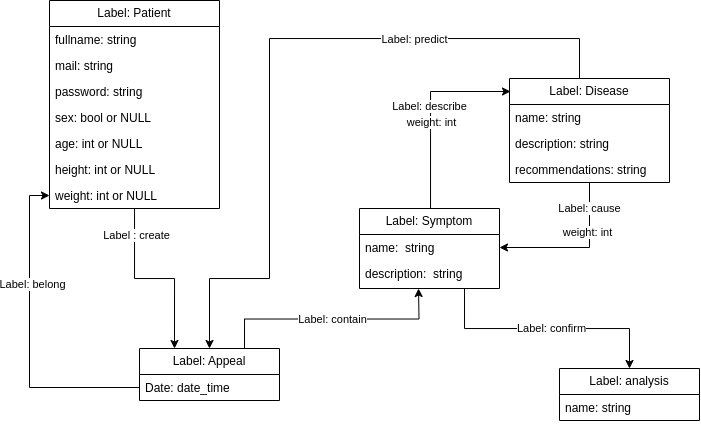
Above: assets/er_nosql.png in moevm/nosql2h24-diseases (draw.io), before the change. Source tidied: cells renumbered, new cells last; positions are measured from the earlier drawing's top-left corner, leaving out a move shared by most shapes. Its diagram source:
```xml
<mxGraphModel>
  <root>
    <mxCell id="0" />
    <mxCell id="1" parent="0" />
    <mxCell id="2" style="edgeStyle=orthogonalEdgeStyle;rounded=0;jettySize=auto;html=1;entryX=0.25;entryY=0;entryDx=0;entryDy=0;" parent="1" edge="1" source="4" target="12">
      <mxGeometry relative="1" as="geometry" />
    </mxCell>
    <mxCell id="3" value="Label : create" style="edgeLabel;html=1;align=center;verticalAlign=middle;" parent="2" vertex="1">
      <mxGeometry x="-0.7" y="2" relative="1" as="geometry" />
    </mxCell>
    <mxCell id="4" value="Label: Patient" style="swimlane;fontStyle=0;horizontal=1;startSize=26;fillColor=none;whiteSpace=wrap;html=1;" parent="1" vertex="1">
      <mxGeometry width="170" height="208" as="geometry" />
    </mxCell>
    <mxCell id="5" value="fullname: string" style="text;strokeColor=none;fillColor=none;align=left;verticalAlign=top;spacingLeft=4;spacingRight=4;overflow=hidden;whiteSpace=wrap;html=1;" parent="4" vertex="1">
      <mxGeometry y="26" width="170" height="26" as="geometry" />
    </mxCell>
    <mxCell id="6" value="mail: string" style="text;strokeColor=none;fillColor=none;align=left;verticalAlign=top;spacingLeft=4;spacingRight=4;overflow=hidden;whiteSpace=wrap;html=1;" parent="4" vertex="1">
      <mxGeometry y="52" width="170" height="26" as="geometry" />
    </mxCell>
    <mxCell id="7" value="password: string" style="text;strokeColor=none;fillColor=none;align=left;verticalAlign=top;spacingLeft=4;spacingRight=4;overflow=hidden;whiteSpace=wrap;html=1;" parent="4" vertex="1">
      <mxGeometry y="78" width="170" height="26" as="geometry" />
    </mxCell>
    <mxCell id="8" value="sex: bool or NULL&lt;span style=&quot;color: rgba(0, 0, 0, 0); font-family: monospace; font-size: 0px; text-wrap: nowrap;&quot;&gt;%3CmxGraphModel%3E%3Croot%3E%3CmxCell%20id%3D%220%22%2F%3E%3CmxCell%20id%3D%221%22%20parent%3D%220%22%2F%3E%3CmxCell%20id%3D%222%22%20value%3D%22%D0%9F%D0%B0%D1%80%D0%BE%D0%BB%D1%8C%3A%20string%22%20style%3D%22text%3BstrokeColor%3Dnone%3BfillColor%3Dnone%3Balign%3Dleft%3BverticalAlign%3Dtop%3BspacingLeft%3D4%3BspacingRight%3D4%3Boverflow%3Dhidden%3Brotatable%3D0%3Bpoints%3D%5B%5B0%2C0.5%5D%2C%5B1%2C0.5%5D%5D%3BportConstraint%3Deastwest%3BwhiteSpace%3Dwrap%3Bhtml%3D1%3B%22%20vertex%3D%221%22%20parent%3D%221%22%3E%3CmxGeometry%20x%3D%22260%22%20y%3D%22458%22%20width%3D%22170%22%20height%3D%2226%22%20as%3D%22geometry%22%2F%3E%3C%2FmxCell%3E%3C%2Froot%3E%3C%2FmxGraphModel%3E or NULL or&lt;/span&gt;" style="text;strokeColor=none;fillColor=none;align=left;verticalAlign=top;spacingLeft=4;spacingRight=4;overflow=hidden;whiteSpace=wrap;html=1;" parent="4" vertex="1">
      <mxGeometry y="104" width="170" height="26" as="geometry" />
    </mxCell>
    <mxCell id="9" value="age: int or NULL&lt;span style=&quot;color: rgba(0, 0, 0, 0); font-family: monospace; font-size: 0px; text-wrap: nowrap;&quot;&gt;%3CmxGraphModel%3E%3Croot%3E%3CmxCell%20id%3D%220%22%2F%3E%3CmxCell%20id%3D%221%22%20parent%3D%220%22%2F%3E%3CmxCell%20id%3D%222%22%20value%3D%22%D0%AD%D0%BB%D0%B5%D0%BA%D1%82%D1%80%D0%BE%D0%BD%D0%BD%D0%B0%D1%8F%20%D0%BF%D0%BE%D1%87%D1%82%D0%B0%3A%20string%22%20style%3D%22text%3BstrokeColor%3Dnone%3BfillColor%3Dnone%3Balign%3Dleft%3BverticalAlign%3Dtop%3BspacingLeft%3D4%3BspacingRight%3D4%3Boverflow%3Dhidden%3Brotatable%3D0%3Bpoints%3D%5B%5B0%2C0.5%5D%2C%5B1%2C0.5%5D%5D%3BportConstraint%3Deastwest%3BwhiteSpace%3Dwrap%3Bhtml%3D1%3B%22%20vertex%3D%221%22%20parent%3D%221%22%3E%3CmxGeometry%20x%3D%22260%22%20y%3D%22432%22%20width%3D%22170%22%20height%3D%2226%22%20as%3D%22geometry%22%2F%3E%3C%2FmxCell%3E%3C%2Froot%3E%3C%2FmxGraphModel%3E or&amp;nbsp; or or&amp;nbsp;&lt;/span&gt;" style="text;strokeColor=none;fillColor=none;align=left;verticalAlign=top;spacingLeft=4;spacingRight=4;overflow=hidden;whiteSpace=wrap;html=1;" parent="4" vertex="1">
      <mxGeometry y="130" width="170" height="26" as="geometry" />
    </mxCell>
    <mxCell id="10" value="height: int or NULL" style="text;strokeColor=none;fillColor=none;align=left;verticalAlign=top;spacingLeft=4;spacingRight=4;overflow=hidden;whiteSpace=wrap;html=1;" parent="4" vertex="1">
      <mxGeometry y="156" width="170" height="26" as="geometry" />
    </mxCell>
    <mxCell id="11" value="weight: int or NULL" style="text;strokeColor=none;fillColor=none;align=left;verticalAlign=top;spacingLeft=4;spacingRight=4;overflow=hidden;points=[[0,0.5],[1,0.5]];portConstraint=eastwest;whiteSpace=wrap;html=1;" parent="4" vertex="1">
      <mxGeometry y="182" width="170" height="26" as="geometry" />
    </mxCell>
    <mxCell id="12" value="Label: Appeal" style="swimlane;fontStyle=0;horizontal=1;startSize=26;fillColor=none;whiteSpace=wrap;html=1;" parent="1" vertex="1">
      <mxGeometry x="90" y="348" width="140" height="52" as="geometry" />
    </mxCell>
    <mxCell id="13" value="Date: date_time" style="text;strokeColor=none;fillColor=none;align=left;verticalAlign=top;spacingLeft=4;spacingRight=4;overflow=hidden;points=[[0,0.5],[1,0.5]];portConstraint=eastwest;whiteSpace=wrap;html=1;" parent="12" vertex="1">
      <mxGeometry y="26" width="140" height="26" as="geometry" />
    </mxCell>
    <mxCell id="14" style="edgeStyle=orthogonalEdgeStyle;rounded=0;jettySize=auto;html=1;entryX=0;entryY=0.25;entryDx=0;entryDy=0;exitX=0.5;exitY=0;exitDx=0;exitDy=0;" parent="1" edge="1" source="19">
      <mxGeometry relative="1" as="geometry">
        <mxPoint x="461" y="91" as="targetPoint" />
        <Array as="points">
          <mxPoint x="381" y="208" />
          <mxPoint x="381" y="91" />
        </Array>
      </mxGeometry>
    </mxCell>
    <mxCell id="15" value="Label: describe" style="edgeLabel;html=1;align=center;verticalAlign=middle;" parent="14" vertex="1">
      <mxGeometry x="-0.2" y="1" relative="1" as="geometry">
        <mxPoint y="-24" as="offset" />
      </mxGeometry>
    </mxCell>
    <mxCell id="16" value="weight: int" style="edgeLabel;html=1;align=center;verticalAlign=middle;" parent="14" vertex="1">
      <mxGeometry x="-0.36" y="-1" relative="1" as="geometry">
        <mxPoint y="-25" as="offset" />
      </mxGeometry>
    </mxCell>
    <mxCell id="17" style="edgeStyle=orthogonalEdgeStyle;rounded=0;jettySize=auto;html=1;exitX=0.75;exitY=1;exitDx=0;exitDy=0;entryX=0.5;entryY=0;entryDx=0;entryDy=0;" parent="1" edge="1" source="19" target="31">
      <mxGeometry relative="1" as="geometry" />
    </mxCell>
    <mxCell id="18" value="Label: confirm" style="edgeLabel;html=1;align=center;verticalAlign=middle;" parent="17" vertex="1">
      <mxGeometry x="-0.07" relative="1" as="geometry">
        <mxPoint x="13" as="offset" />
      </mxGeometry>
    </mxCell>
    <mxCell id="19" value="Label: Symptom" style="swimlane;fontStyle=0;horizontal=1;startSize=26;fillColor=none;whiteSpace=wrap;html=1;" parent="1" vertex="1">
      <mxGeometry x="310" y="208" width="140" height="80" as="geometry" />
    </mxCell>
    <mxCell id="20" value="name:&amp;nbsp; string&amp;nbsp;" style="text;strokeColor=none;fillColor=none;align=left;verticalAlign=top;spacingLeft=4;spacingRight=4;overflow=hidden;points=[[0,0.5],[1,0.5]];portConstraint=eastwest;whiteSpace=wrap;html=1;" parent="19" vertex="1">
      <mxGeometry y="26" width="140" height="26" as="geometry" />
    </mxCell>
    <mxCell id="21" value="description:&amp;nbsp; string&amp;nbsp;" style="text;strokeColor=none;fillColor=none;align=left;verticalAlign=top;spacingLeft=4;spacingRight=4;overflow=hidden;whiteSpace=wrap;html=1;" parent="19" vertex="1">
      <mxGeometry y="52" width="140" height="28" as="geometry" />
    </mxCell>
    <mxCell id="22" style="edgeStyle=orthogonalEdgeStyle;rounded=0;jettySize=auto;html=1;entryX=1;entryY=0.5;entryDx=0;entryDy=0;" parent="1" edge="1" source="27" target="20">
      <mxGeometry relative="1" as="geometry" />
    </mxCell>
    <mxCell id="23" value="Label: cause" style="edgeLabel;html=1;align=center;verticalAlign=middle;" parent="22" vertex="1">
      <mxGeometry x="-0.43" y="-1" relative="1" as="geometry">
        <mxPoint x="1" y="-18" as="offset" />
      </mxGeometry>
    </mxCell>
    <mxCell id="24" value="weight: int" style="edgeLabel;html=1;align=center;verticalAlign=middle;" parent="22" vertex="1">
      <mxGeometry x="-0.33" y="-2" relative="1" as="geometry">
        <mxPoint y="-2" as="offset" />
      </mxGeometry>
    </mxCell>
    <mxCell id="25" style="edgeStyle=orthogonalEdgeStyle;rounded=0;jettySize=auto;html=1;entryX=0.5;entryY=0;entryDx=0;entryDy=0;" parent="1" edge="1" source="27" target="12">
      <mxGeometry relative="1" as="geometry">
        <Array as="points">
          <mxPoint x="530" y="38" />
          <mxPoint x="220" y="38" />
          <mxPoint x="220" y="278" />
          <mxPoint x="160" y="278" />
        </Array>
      </mxGeometry>
    </mxCell>
    <mxCell id="26" value="Label: predict" style="edgeLabel;html=1;align=center;verticalAlign=middle;" parent="25" vertex="1">
      <mxGeometry x="-0.43" y="1" relative="1" as="geometry" />
    </mxCell>
    <mxCell id="27" value="Label: Disease" style="swimlane;fontStyle=0;horizontal=1;startSize=26;fillColor=none;whiteSpace=wrap;html=1;" parent="1" vertex="1">
      <mxGeometry x="460" y="78" width="160" height="104" as="geometry" />
    </mxCell>
    <mxCell id="28" value="name: string" style="text;strokeColor=none;fillColor=none;align=left;verticalAlign=top;spacingLeft=4;spacingRight=4;overflow=hidden;whiteSpace=wrap;html=1;" parent="27" vertex="1">
      <mxGeometry y="26" width="160" height="26" as="geometry" />
    </mxCell>
    <mxCell id="29" value="description: string" style="text;strokeColor=none;fillColor=none;align=left;verticalAlign=top;spacingLeft=4;spacingRight=4;overflow=hidden;whiteSpace=wrap;html=1;" parent="27" vertex="1">
      <mxGeometry y="52" width="160" height="26" as="geometry" />
    </mxCell>
    <mxCell id="30" value="recommendations: string" style="text;strokeColor=none;fillColor=none;align=left;verticalAlign=top;spacingLeft=4;spacingRight=4;overflow=hidden;whiteSpace=wrap;html=1;" parent="27" vertex="1">
      <mxGeometry y="78" width="160" height="26" as="geometry" />
    </mxCell>
    <mxCell id="31" value="Label: analysis" style="swimlane;fontStyle=0;horizontal=1;startSize=26;fillColor=none;whiteSpace=wrap;html=1;" parent="1" vertex="1">
      <mxGeometry x="510" y="368" width="140" height="52" as="geometry" />
    </mxCell>
    <mxCell id="32" value="name: string" style="text;strokeColor=none;fillColor=none;align=left;verticalAlign=top;spacingLeft=4;spacingRight=4;overflow=hidden;whiteSpace=wrap;html=1;" parent="31" vertex="1">
      <mxGeometry y="26" width="140" height="26" as="geometry" />
    </mxCell>
    <mxCell id="33" value="Label: contain" style="edgeStyle=orthogonalEdgeStyle;rounded=0;jettySize=auto;html=1;exitX=0.75;exitY=0;exitDx=0;exitDy=0;" parent="1" edge="1" source="12">
      <mxGeometry relative="1" as="geometry">
        <mxPoint x="369" y="288" as="targetPoint" />
      </mxGeometry>
    </mxCell>
    <mxCell id="34" style="edgeStyle=orthogonalEdgeStyle;rounded=0;jettySize=auto;html=1;exitX=0;exitY=0.5;exitDx=0;exitDy=0;entryX=0;entryY=0.5;entryDx=0;entryDy=0;" parent="1" edge="1" source="13" target="11">
      <mxGeometry relative="1" as="geometry" />
    </mxCell>
    <mxCell id="35" value="Label: belong" style="edgeLabel;html=1;align=center;verticalAlign=middle;" parent="34" vertex="1">
      <mxGeometry x="0.32" y="-3" relative="1" as="geometry" />
    </mxCell>
  </root>
</mxGraphModel>
```
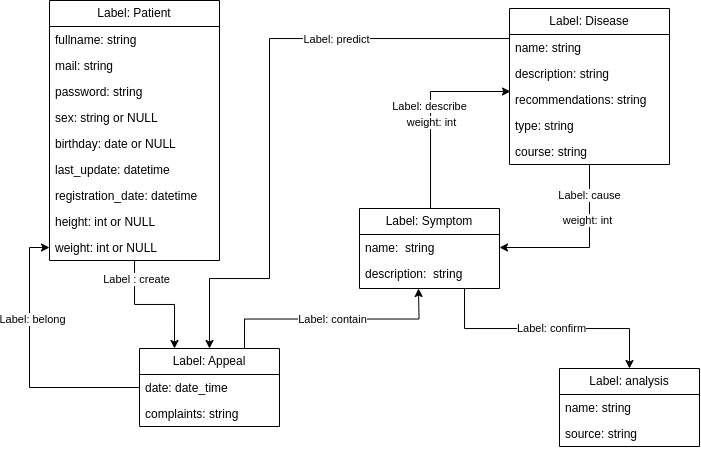
The same file after the commit.

Commit message:
Structure modifications

The edit, as a diff of the source:
```diff
@@ -9,7 +9,7 @@
       <mxGeometry x="-0.7" y="2" relative="1" as="geometry" />
     </mxCell>
     <mxCell id="4" value="Label: Patient" style="swimlane;fontStyle=0;horizontal=1;startSize=26;fillColor=none;whiteSpace=wrap;html=1;" parent="1" vertex="1">
-      <mxGeometry width="170" height="208" as="geometry" />
+      <mxGeometry width="170" height="260" as="geometry" />
     </mxCell>
     <mxCell id="5" value="fullname: string" style="text;strokeColor=none;fillColor=none;align=left;verticalAlign=top;spacingLeft=4;spacingRight=4;overflow=hidden;whiteSpace=wrap;html=1;" parent="4" vertex="1">
       <mxGeometry y="26" width="170" height="26" as="geometry" />
@@ -20,24 +20,33 @@
     <mxCell id="7" value="password: string" style="text;strokeColor=none;fillColor=none;align=left;verticalAlign=top;spacingLeft=4;spacingRight=4;overflow=hidden;whiteSpace=wrap;html=1;" parent="4" vertex="1">
       <mxGeometry y="78" width="170" height="26" as="geometry" />
     </mxCell>
-    <mxCell id="8" value="sex: bool or NULL&lt;span style=&quot;color: rgba(0, 0, 0, 0); font-family: monospace; font-size: 0px; text-wrap: nowrap;&quot;&gt;%3CmxGraphModel%3E%3Croot%3E%3CmxCell%20id%3D%220%22%2F%3E%3CmxCell%20id%3D%221%22%20parent%3D%220%22%2F%3E%3CmxCell%20id%3D%222%22%20value%3D%22%D0%9F%D0%B0%D1%80%D0%BE%D0%BB%D1%8C%3A%20string%22%20style%3D%22text%3BstrokeColor%3Dnone%3BfillColor%3Dnone%3Balign%3Dleft%3BverticalAlign%3Dtop%3BspacingLeft%3D4%3BspacingRight%3D4%3Boverflow%3Dhidden%3Brotatable%3D0%3Bpoints%3D%5B%5B0%2C0.5%5D%2C%5B1%2C0.5%5D%5D%3BportConstraint%3Deastwest%3BwhiteSpace%3Dwrap%3Bhtml%3D1%3B%22%20vertex%3D%221%22%20parent%3D%221%22%3E%3CmxGeometry%20x%3D%22260%22%20y%3D%22458%22%20width%3D%22170%22%20height%3D%2226%22%20as%3D%22geometry%22%2F%3E%3C%2FmxCell%3E%3C%2Froot%3E%3C%2FmxGraphModel%3E or NULL or&lt;/span&gt;" style="text;strokeColor=none;fillColor=none;align=left;verticalAlign=top;spacingLeft=4;spacingRight=4;overflow=hidden;whiteSpace=wrap;html=1;" parent="4" vertex="1">
+    <mxCell id="8" value="sex: string or NULL&lt;span style=&quot;color: rgba(0, 0, 0, 0); font-family: monospace; font-size: 0px; text-wrap: nowrap;&quot;&gt;%3CmxGraphModel%3E%3Croot%3E%3CmxCell%20id%3D%220%22%2F%3E%3CmxCell%20id%3D%221%22%20parent%3D%220%22%2F%3E%3CmxCell%20id%3D%222%22%20value%3D%22%D0%9F%D0%B0%D1%80%D0%BE%D0%BB%D1%8C%3A%20string%22%20style%3D%22text%3BstrokeColor%3Dnone%3BfillColor%3Dnone%3Balign%3Dleft%3BverticalAlign%3Dtop%3BspacingLeft%3D4%3BspacingRight%3D4%3Boverflow%3Dhidden%3Brotatable%3D0%3Bpoints%3D%5B%5B0%2C0.5%5D%2C%5B1%2C0.5%5D%5D%3BportConstraint%3Deastwest%3BwhiteSpace%3Dwrap%3Bhtml%3D1%3B%22%20vertex%3D%221%22%20parent%3D%221%22%3E%3CmxGeometry%20x%3D%22260%22%20y%3D%22458%22%20width%3D%22170%22%20height%3D%2226%22%20as%3D%22geometry%22%2F%3E%3C%2FmxCell%3E%3C%2Froot%3E%3C%2FmxGraphModel%3E or NULL or&lt;/span&gt;" style="text;strokeColor=none;fillColor=none;align=left;verticalAlign=top;spacingLeft=4;spacingRight=4;overflow=hidden;whiteSpace=wrap;html=1;" parent="4" vertex="1">
       <mxGeometry y="104" width="170" height="26" as="geometry" />
     </mxCell>
+    <mxCell id="36" value="birthday: date or NULL" style="text;strokeColor=none;fillColor=none;align=left;verticalAlign=top;spacingLeft=4;spacingRight=4;overflow=hidden;whiteSpace=wrap;html=1;" parent="4" vertex="1">
+      <mxGeometry y="130" width="170" height="26" as="geometry" />
+    </mxCell>
-    <mxCell id="9" value="age: int or NULL&lt;span style=&quot;color: rgba(0, 0, 0, 0); font-family: monospace; font-size: 0px; text-wrap: nowrap;&quot;&gt;%3CmxGraphModel%3E%3Croot%3E%3CmxCell%20id%3D%220%22%2F%3E%3CmxCell%20id%3D%221%22%20parent%3D%220%22%2F%3E%3CmxCell%20id%3D%222%22%20value%3D%22%D0%AD%D0%BB%D0%B5%D0%BA%D1%82%D1%80%D0%BE%D0%BD%D0%BD%D0%B0%D1%8F%20%D0%BF%D0%BE%D1%87%D1%82%D0%B0%3A%20string%22%20style%3D%22text%3BstrokeColor%3Dnone%3BfillColor%3Dnone%3Balign%3Dleft%3BverticalAlign%3Dtop%3BspacingLeft%3D4%3BspacingRight%3D4%3Boverflow%3Dhidden%3Brotatable%3D0%3Bpoints%3D%5B%5B0%2C0.5%5D%2C%5B1%2C0.5%5D%5D%3BportConstraint%3Deastwest%3BwhiteSpace%3Dwrap%3Bhtml%3D1%3B%22%20vertex%3D%221%22%20parent%3D%221%22%3E%3CmxGeometry%20x%3D%22260%22%20y%3D%22432%22%20width%3D%22170%22%20height%3D%2226%22%20as%3D%22geometry%22%2F%3E%3C%2FmxCell%3E%3C%2Froot%3E%3C%2FmxGraphModel%3E or&amp;nbsp; or or&amp;nbsp;&lt;/span&gt;" style="text;strokeColor=none;fillColor=none;align=left;verticalAlign=top;spacingLeft=4;spacingRight=4;overflow=hidden;whiteSpace=wrap;html=1;" parent="4" vertex="1">
-      <mxGeometry y="130" width="170" height="26" as="geometry" />
+    <mxCell id="9" value="last_update: datetime&lt;span style=&quot;color: rgba(0, 0, 0, 0); font-family: monospace; font-size: 0px; text-wrap: nowrap;&quot;&gt;%3CmxGraphModel%3E%3Croot%3E%3CmxCell%20id%3D%220%22%2F%3E%3CmxCell%20id%3D%221%22%20parent%3D%220%22%2F%3E%3CmxCell%20id%3D%222%22%20value%3D%22%D0%AD%D0%BB%D0%B5%D0%BA%D1%82%D1%80%D0%BE%D0%BD%D0%BD%D0%B0%D1%8F%20%D0%BF%D0%BE%D1%87%D1%82%D0%B0%3A%20string%22%20style%3D%22text%3BstrokeColor%3Dnone%3BfillColor%3Dnone%3Balign%3Dleft%3BverticalAlign%3Dtop%3BspacingLeft%3D4%3BspacingRight%3D4%3Boverflow%3Dhidden%3Brotatable%3D0%3Bpoints%3D%5B%5B0%2C0.5%5D%2C%5B1%2C0.5%5D%5D%3BportConstraint%3Deastwest%3BwhiteSpace%3Dwrap%3Bhtml%3D1%3B%22%20vertex%3D%221%22%20parent%3D%221%22%3E%3CmxGeometry%20x%3D%22260%22%20y%3D%22432%22%20width%3D%22170%22%20height%3D%2226%22%20as%3D%22geometry%22%2F%3E%3C%2FmxCell%3E%3C%2Froot%3E%3C%2FmxGraphModel%3E or&amp;nbsp; or or&amp;nbsp;&lt;/span&gt;" style="text;strokeColor=none;fillColor=none;align=left;verticalAlign=top;spacingLeft=4;spacingRight=4;overflow=hidden;whiteSpace=wrap;html=1;" parent="4" vertex="1">
+      <mxGeometry y="156" width="170" height="26" as="geometry" />
     </mxCell>
+    <mxCell id="37" value="registration_date: datetime" style="text;strokeColor=none;fillColor=none;align=left;verticalAlign=top;spacingLeft=4;spacingRight=4;overflow=hidden;whiteSpace=wrap;html=1;" parent="4" vertex="1">
+      <mxGeometry y="182" width="170" height="26" as="geometry" />
+    </mxCell>
     <mxCell id="10" value="height: int or NULL" style="text;strokeColor=none;fillColor=none;align=left;verticalAlign=top;spacingLeft=4;spacingRight=4;overflow=hidden;whiteSpace=wrap;html=1;" parent="4" vertex="1">
-      <mxGeometry y="156" width="170" height="26" as="geometry" />
+      <mxGeometry y="208" width="170" height="26" as="geometry" />
     </mxCell>
     <mxCell id="11" value="weight: int or NULL" style="text;strokeColor=none;fillColor=none;align=left;verticalAlign=top;spacingLeft=4;spacingRight=4;overflow=hidden;points=[[0,0.5],[1,0.5]];portConstraint=eastwest;whiteSpace=wrap;html=1;" parent="4" vertex="1">
-      <mxGeometry y="182" width="170" height="26" as="geometry" />
+      <mxGeometry y="234" width="170" height="26" as="geometry" />
     </mxCell>
     <mxCell id="12" value="Label: Appeal" style="swimlane;fontStyle=0;horizontal=1;startSize=26;fillColor=none;whiteSpace=wrap;html=1;" parent="1" vertex="1">
-      <mxGeometry x="90" y="348" width="140" height="52" as="geometry" />
+      <mxGeometry x="90" y="348" width="140" height="78" as="geometry" />
     </mxCell>
-    <mxCell id="13" value="Date: date_time" style="text;strokeColor=none;fillColor=none;align=left;verticalAlign=top;spacingLeft=4;spacingRight=4;overflow=hidden;points=[[0,0.5],[1,0.5]];portConstraint=eastwest;whiteSpace=wrap;html=1;" parent="12" vertex="1">
+    <mxCell id="13" value="date: date_time" style="text;strokeColor=none;fillColor=none;align=left;verticalAlign=top;spacingLeft=4;spacingRight=4;overflow=hidden;points=[[0,0.5],[1,0.5]];portConstraint=eastwest;whiteSpace=wrap;html=1;" parent="12" vertex="1">
       <mxGeometry y="26" width="140" height="26" as="geometry" />
     </mxCell>
+    <mxCell id="38" value="complaints: string" style="text;strokeColor=none;fillColor=none;align=left;verticalAlign=top;spacingLeft=4;spacingRight=4;overflow=hidden;whiteSpace=wrap;html=1;" parent="12" vertex="1">
+      <mxGeometry y="52" width="140" height="26" as="geometry" />
+    </mxCell>
     <mxCell id="14" style="edgeStyle=orthogonalEdgeStyle;rounded=0;jettySize=auto;html=1;entryX=0;entryY=0.25;entryDx=0;entryDy=0;exitX=0.5;exitY=0;exitDx=0;exitDy=0;" parent="1" edge="1" source="19">
       <mxGeometry relative="1" as="geometry">
         <mxPoint x="461" y="91" as="targetPoint" />
@@ -101,7 +110,7 @@
       <mxGeometry x="-0.43" y="1" relative="1" as="geometry" />
     </mxCell>
     <mxCell id="27" value="Label: Disease" style="swimlane;fontStyle=0;horizontal=1;startSize=26;fillColor=none;whiteSpace=wrap;html=1;" parent="1" vertex="1">
-      <mxGeometry x="460" y="78" width="160" height="104" as="geometry" />
+      <mxGeometry x="460" y="8" width="160" height="156" as="geometry" />
     </mxCell>
     <mxCell id="28" value="name: string" style="text;strokeColor=none;fillColor=none;align=left;verticalAlign=top;spacingLeft=4;spacingRight=4;overflow=hidden;whiteSpace=wrap;html=1;" parent="27" vertex="1">
       <mxGeometry y="26" width="160" height="26" as="geometry" />
@@ -112,12 +121,21 @@
     <mxCell id="30" value="recommendations: string" style="text;strokeColor=none;fillColor=none;align=left;verticalAlign=top;spacingLeft=4;spacingRight=4;overflow=hidden;whiteSpace=wrap;html=1;" parent="27" vertex="1">
       <mxGeometry y="78" width="160" height="26" as="geometry" />
     </mxCell>
+    <mxCell id="39" value="type: string" style="text;strokeColor=none;fillColor=none;align=left;verticalAlign=top;spacingLeft=4;spacingRight=4;overflow=hidden;whiteSpace=wrap;html=1;" parent="27" vertex="1">
+      <mxGeometry y="104" width="160" height="26" as="geometry" />
+    </mxCell>
+    <mxCell id="40" value="course: string" style="text;strokeColor=none;fillColor=none;align=left;verticalAlign=top;spacingLeft=4;spacingRight=4;overflow=hidden;whiteSpace=wrap;html=1;" parent="27" vertex="1">
+      <mxGeometry y="130" width="160" height="26" as="geometry" />
+    </mxCell>
     <mxCell id="31" value="Label: analysis" style="swimlane;fontStyle=0;horizontal=1;startSize=26;fillColor=none;whiteSpace=wrap;html=1;" parent="1" vertex="1">
-      <mxGeometry x="510" y="368" width="140" height="52" as="geometry" />
+      <mxGeometry x="510" y="368" width="140" height="78" as="geometry" />
     </mxCell>
     <mxCell id="32" value="name: string" style="text;strokeColor=none;fillColor=none;align=left;verticalAlign=top;spacingLeft=4;spacingRight=4;overflow=hidden;whiteSpace=wrap;html=1;" parent="31" vertex="1">
       <mxGeometry y="26" width="140" height="26" as="geometry" />
     </mxCell>
+    <mxCell id="41" value="source: string" style="text;strokeColor=none;fillColor=none;align=left;verticalAlign=top;spacingLeft=4;spacingRight=4;overflow=hidden;whiteSpace=wrap;html=1;" parent="31" vertex="1">
+      <mxGeometry y="52" width="140" height="26" as="geometry" />
+    </mxCell>
     <mxCell id="33" value="Label: contain" style="edgeStyle=orthogonalEdgeStyle;rounded=0;jettySize=auto;html=1;exitX=0.75;exitY=0;exitDx=0;exitDy=0;" parent="1" edge="1" source="12">
       <mxGeometry relative="1" as="geometry">
         <mxPoint x="369" y="288" as="targetPoint" />
```
